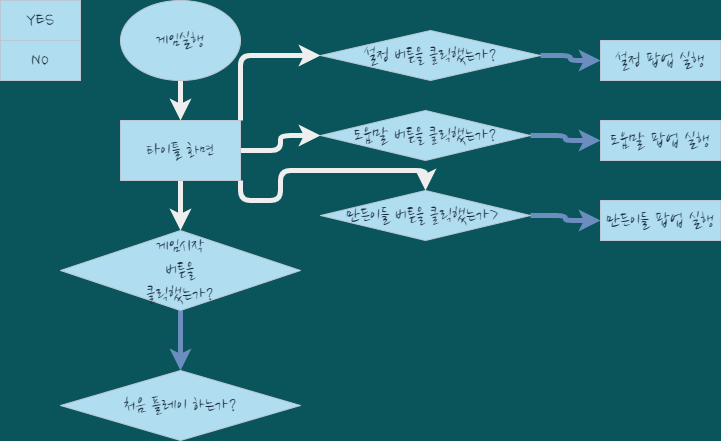
kinesis19/stac_project_SME keeps this draw.io diagram as gameplay_flowchat.drawio.png. Above is the earlier version. Source tidied: cells renumbered, new cells last; positions are measured from the earlier drawing's top-left corner, leaving out a move shared by most shapes.
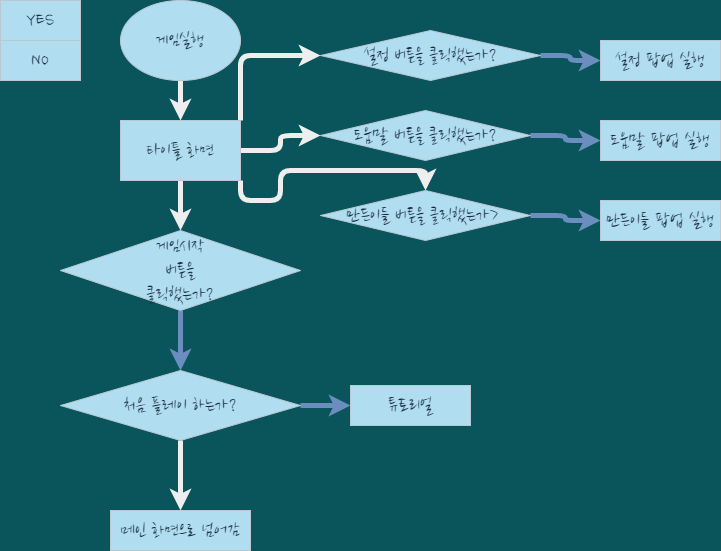
After the commit.

Diff of the diagram source:
```diff
@@ -62,8 +62,22 @@
     <mxCell id="21" value="만든이들 팝업 실행" style="rounded=0;whiteSpace=wrap;html=1;sketch=0;fontFamily=Nanum Brush Script;fontSource=https%3A%2F%2Ffonts.googleapis.com%2Fcss%3Ffamily%3DNanum%2BBrush%2BScript;fontSize=20;fillColor=#B1DDF0;strokeColor=#BAC8D3;fontColor=#182E3E;" parent="1" vertex="1">
       <mxGeometry x="600" y="200" width="120" height="40" as="geometry" />
     </mxCell>
+    <mxCell id="23" style="edgeStyle=orthogonalEdgeStyle;curved=0;rounded=1;sketch=0;jettySize=auto;html=1;entryX=0;entryY=0.5;entryDx=0;entryDy=0;fontColor=#FFFFFF;strokeColor=#6c8ebf;strokeWidth=5;fillColor=#dae8fc;gradientColor=#7ea6e0;" parent="1" edge="1" source="22" target="25">
+      <mxGeometry relative="1" as="geometry" />
+    </mxCell>
+    <mxCell id="24" style="edgeStyle=orthogonalEdgeStyle;curved=0;rounded=1;sketch=0;jettySize=auto;html=1;fontColor=#FFFFFF;strokeColor=#EEEEEE;strokeWidth=5;" parent="1" edge="1" source="22">
+      <mxGeometry relative="1" as="geometry">
+        <mxPoint x="180" y="510" as="targetPoint" />
+      </mxGeometry>
+    </mxCell>
     <mxCell id="22" value="처음 플레이 하는가?" style="rhombus;whiteSpace=wrap;html=1;rounded=0;sketch=0;fontFamily=Nanum Brush Script;fontSource=https%3A%2F%2Ffonts.googleapis.com%2Fcss%3Ffamily%3DNanum%2BBrush%2BScript;fontSize=20;fillColor=#B1DDF0;strokeColor=#BAC8D3;fontColor=#182E3E;" parent="1" vertex="1">
       <mxGeometry x="60" y="370" width="240" height="70" as="geometry" />
     </mxCell>
+    <mxCell id="25" value="튜토리얼" style="rounded=0;whiteSpace=wrap;html=1;sketch=0;fontFamily=Nanum Brush Script;fontSource=https%3A%2F%2Ffonts.googleapis.com%2Fcss%3Ffamily%3DNanum%2BBrush%2BScript;fontSize=20;fillColor=#B1DDF0;strokeColor=#BAC8D3;fontColor=#182E3E;" parent="1" vertex="1">
+      <mxGeometry x="350" y="385" width="120" height="40" as="geometry" />
+    </mxCell>
+    <mxCell id="26" value="메인 화면으로 넘어감" style="rounded=0;whiteSpace=wrap;html=1;sketch=0;fontFamily=Nanum Brush Script;fontSource=https%3A%2F%2Ffonts.googleapis.com%2Fcss%3Ffamily%3DNanum%2BBrush%2BScript;fontSize=20;fillColor=#B1DDF0;strokeColor=#BAC8D3;fontColor=#182E3E;" parent="1" vertex="1">
+      <mxGeometry x="110" y="510" width="140" height="40" as="geometry" />
+    </mxCell>
   </root>
 </mxGraphModel>
```
